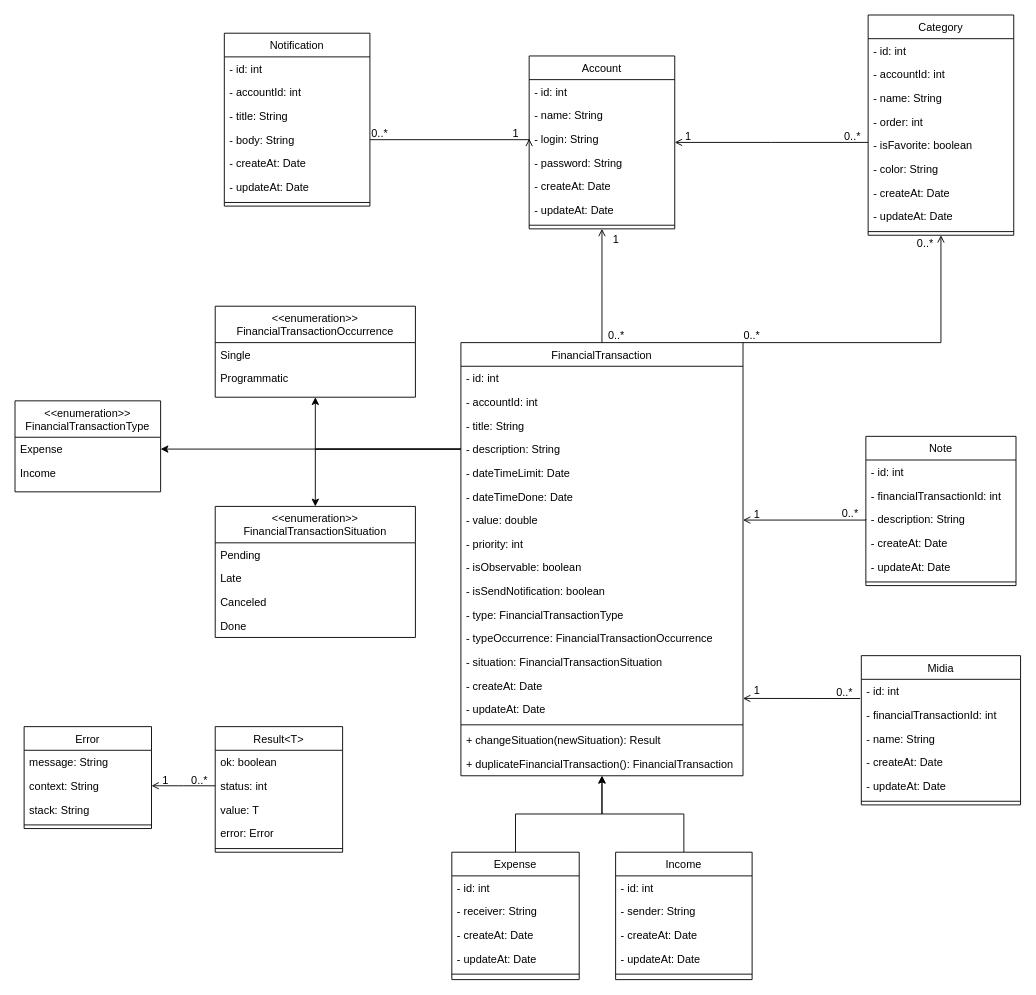
Before: docs/class.diagram.drawio in Danrley-Ruan-Saquetti/esliph-finance, a draw.io diagram. Source tidied: cells renumbered, new cells numbered last; positions are measured from the earlier drawing's top-left corner, leaving out a move shared by most shapes. Both pictures are drawn from the tidied source at 91%, with x=0, y=0 at pixel (15, 15).
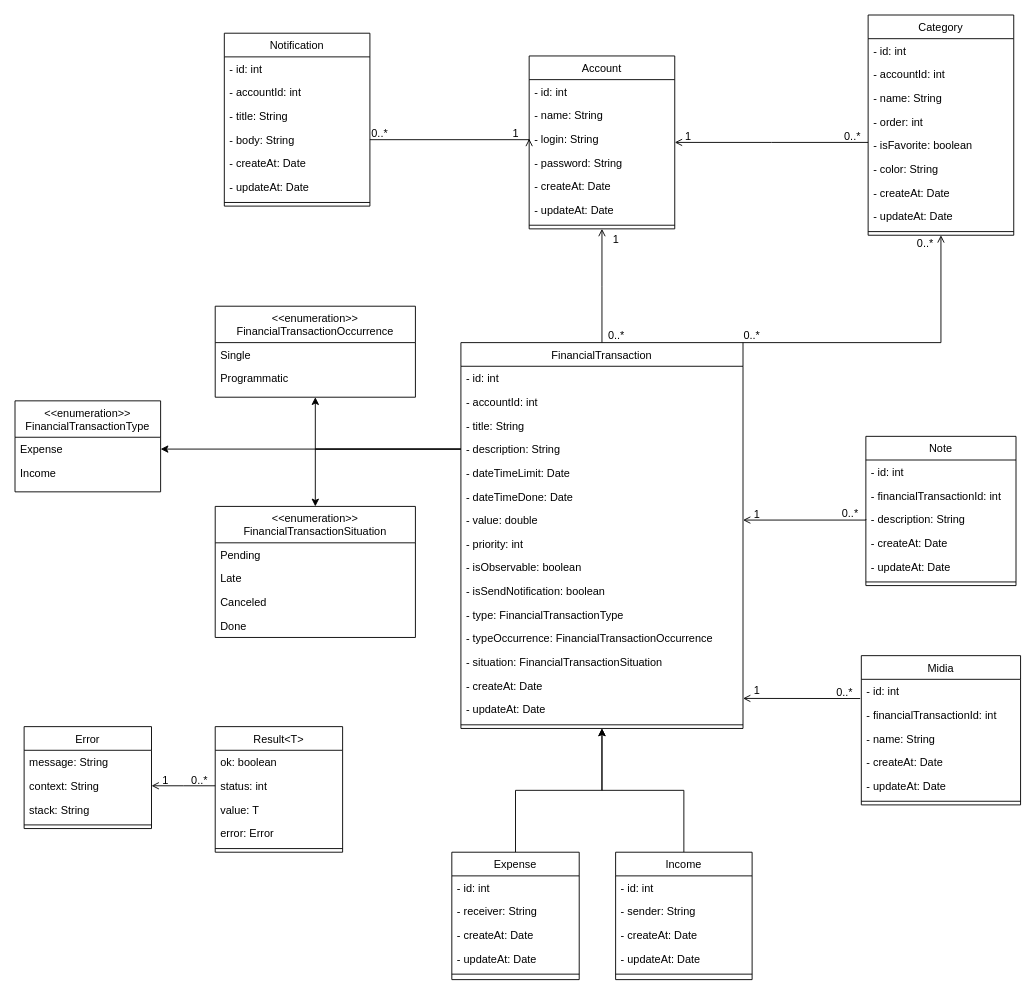
After the change.

What changed in the source:
```diff
@@
     <mxCell id="26" value="FinancialTransaction" style="swimlane;fontStyle=0;align=center;verticalAlign=top;horizontal=1;startSize=26;rounded=0;shadow=0;strokeWidth=1;" parent="1" vertex="1">
-      <mxGeometry x="490" y="360" width="310" height="476" as="geometry" />
+      <mxGeometry x="490" y="360" width="310" height="424" as="geometry" />
     </mxCell>
@@
-    <mxCell id="43" value="+ changeSituation(newSituation): Result" style="text;align=left;verticalAlign=top;spacingLeft=4;spacingRight=4;overflow=hidden;rounded=0;shadow=0;html=0;" parent="26" vertex="1">
-      <mxGeometry y="424" width="310" height="26" as="geometry" />
-    </mxCell>
-    <mxCell id="44" value="+ duplicateFinancialTransaction(): FinancialTransaction" style="text;align=left;verticalAlign=top;spacingLeft=4;spacingRight=4;overflow=hidden;rounded=0;shadow=0;html=0;" parent="26" vertex="1">
-      <mxGeometry y="450" width="310" height="26" as="geometry" />
-    </mxCell>
```
